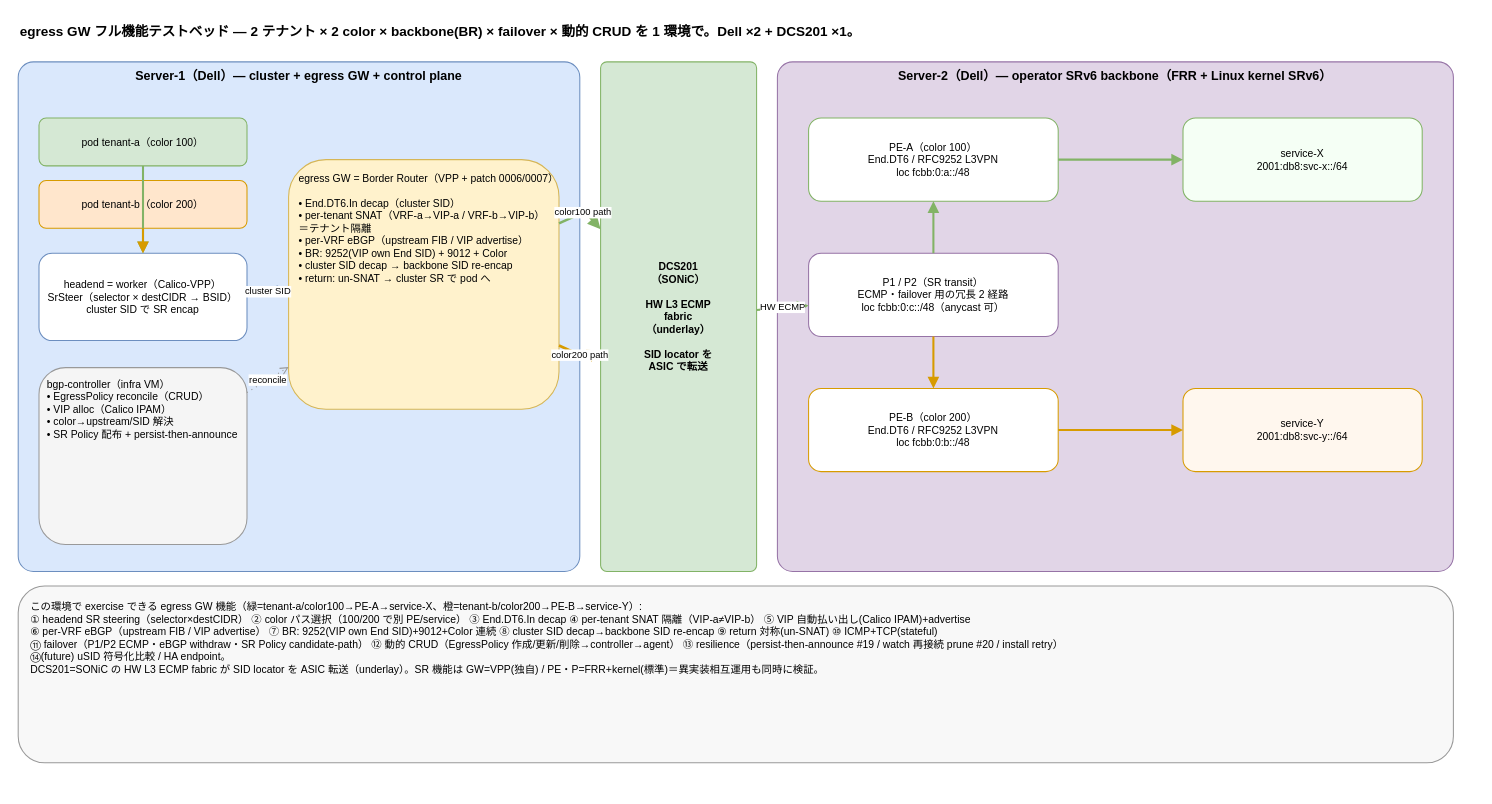
ryskn/vpp-dataplane keeps this draw.io diagram as srv6egress/docs/full-feature-testbed.drawio. Above is the earlier version. Source tidied: cells renumbered, new cells numbered last; positions are measured from the earlier drawing's top-left corner, leaving out a move shared by most shapes. Both pictures are drawn from the tidied source at 104%, with x=0, y=0 at pixel (18, 18).
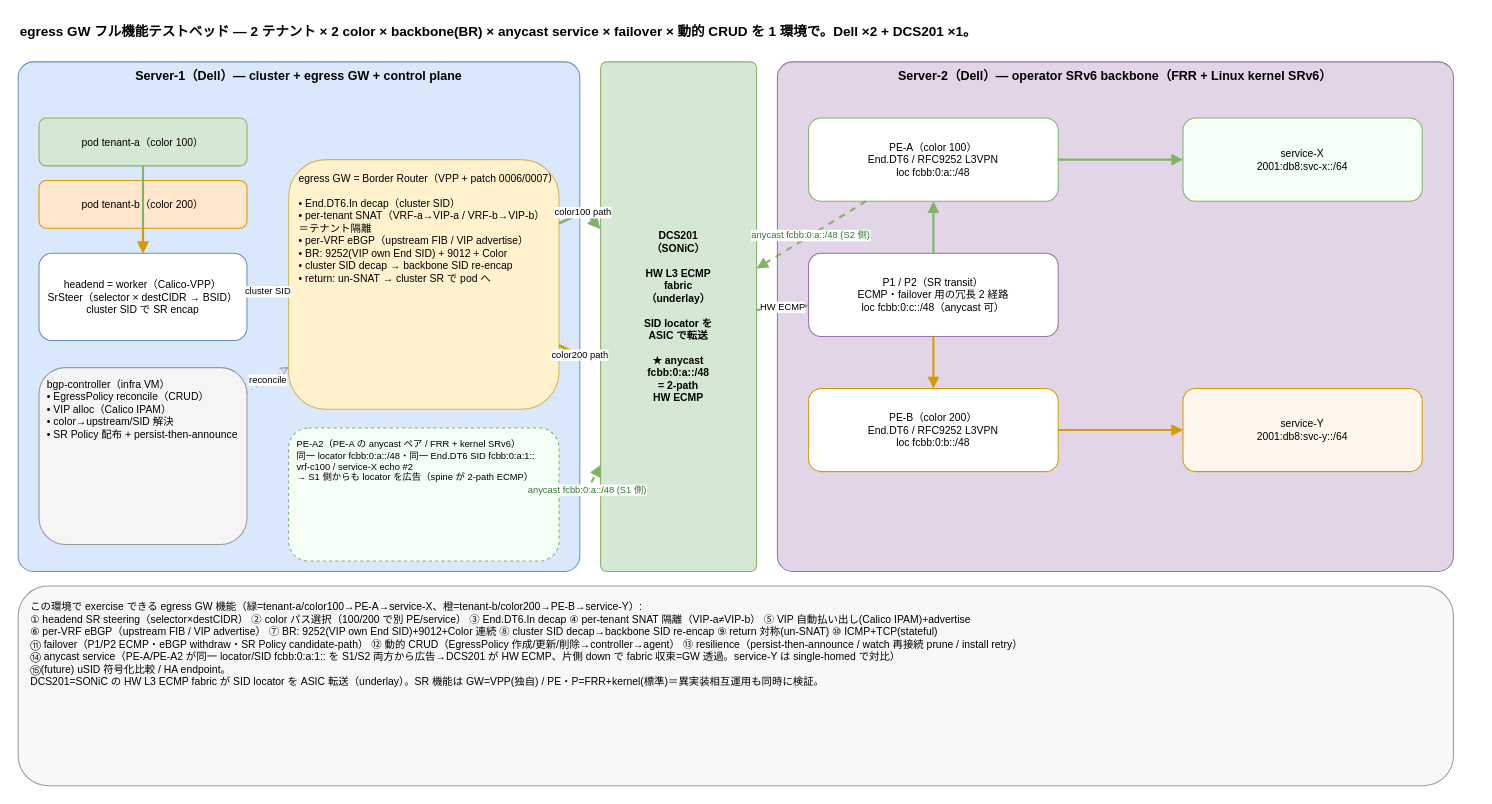
After the change.

Commit message (it also covers changes not shown here):
docs(srv6egress): add full-feature testbed runbook + anycast service-X

The change refers to these unchanged cells:
```xml
<mxCell id="11" value="PE-A（color 100）&#10;End.DT6 / RFC9252 L3VPN&#10;loc fcbb:0:a::/48" style="rounded=1;whiteSpace=wrap;html=1;fillColor=#ffffff;strokeColor=#82b366;align=center;verticalAlign=middle;fontSize=10;" parent="1" vertex="1">
  <mxGeometry x="760" y="96" width="240" height="80" as="geometry" />
</mxCell>
```

Change to the diagram source:
```diff
@@
-    <mxCell id="2" value="egress GW フル機能テストベッド — 2 テナント × 2 color × backbone(BR) × failover × 動的 CRUD を 1 環境で。Dell ×2 + DCS201 ×1。" style="text;html=1;align=left;verticalAlign=middle;fontSize=13;fontStyle=1;" parent="1" vertex="1">
+    <mxCell id="2" value="egress GW フル機能テストベッド — 2 テナント × 2 color × backbone(BR) × anycast service × failover × 動的 CRUD を 1 環境で。Dell ×2 + DCS201 ×1。" style="text;html=1;align=left;verticalAlign=middle;fontSize=13;fontStyle=1;" parent="1" vertex="1">
       <mxGeometry width="1400" height="26" as="geometry" />
     </mxCell>
@@
+    <mxCell id="28" value="PE-A2（PE-A の anycast ペア / FRR + kernel SRv6）&#10;同一 locator fcbb:0:a::/48・同一 End.DT6 SID fcbb:0:a:1::&#10;vrf-c100 / service-X echo #2&#10;→ S1 側からも locator を広告（spine が 2-path ECMP）" style="rounded=1;whiteSpace=wrap;html=1;fillColor=#f5fff5;strokeColor=#82b366;align=left;verticalAlign=top;fontSize=9;spacingLeft=6;spacingTop=4;dashed=1;" parent="1" vertex="1">
+      <mxGeometry x="260" y="394" width="260" height="128" as="geometry" />
+    </mxCell>
-    <mxCell id="9" value="DCS201&#10;（SONiC）&#10;&#10;HW L3 ECMP&#10;fabric&#10;（underlay）&#10;&#10;SID locator を&#10;ASIC で転送" style="rounded=1;whiteSpace=wrap;html=1;fillColor=#d5e8d4;strokeColor=#82b366;verticalAlign=middle;align=center;fontStyle=1;fontSize=10;arcSize=4;" parent="1" vertex="1">
+    <mxCell id="9" value="DCS201&#10;（SONiC）&#10;&#10;HW L3 ECMP&#10;fabric&#10;（underlay）&#10;&#10;SID locator を&#10;ASIC で転送&#10;&#10;★ anycast&#10;fcbb:0:a::/48&#10;= 2-path&#10;HW ECMP" style="rounded=1;whiteSpace=wrap;html=1;fillColor=#d5e8d4;strokeColor=#82b366;verticalAlign=middle;align=center;fontStyle=1;fontSize=10;arcSize=4;" parent="1" vertex="1">
       <mxGeometry x="560" y="42" width="150" height="490" as="geometry" />
     </mxCell>
@@
+    <mxCell id="29" value="anycast fcbb:0:a::/48 (S2 側)" style="endArrow=block;html=1;dashed=1;strokeColor=#82b366;strokeWidth=2;fontSize=9;fontColor=#2d7a2d;" parent="1" edge="1" source="11" target="9">
+      <mxGeometry relative="1" as="geometry" />
+    </mxCell>
+    <mxCell id="30" value="anycast fcbb:0:a::/48 (S1 側)" style="endArrow=block;html=1;dashed=1;strokeColor=#82b366;strokeWidth=2;fontSize=9;fontColor=#2d7a2d;" parent="1" edge="1" source="28" target="9">
+      <mxGeometry relative="1" as="geometry">
+        <Array as="points">
+          <mxPoint x="545" y="458" />
+        </Array>
+      </mxGeometry>
+    </mxCell>
-    <mxCell id="27" value="この環境で exercise できる egress GW 機能（緑=tenant-a/color100→PE-A→service-X、橙=tenant-b/color200→PE-B→service-Y）:&#10;① headend SR steering（selector×destCIDR）  ② color パス選択（100/200 で別 PE/service）  ③ End.DT6.In decap  ④ per-tenant SNAT 隔離（VIP-a≠VIP-b）  ⑤ VIP 自動払い出し(Calico IPAM)+advertise&#10;⑥ per-VRF eBGP（upstream FIB / VIP advertise）  ⑦ BR: 9252(VIP own End SID)+9012+Color 連続  ⑧ cluster SID decap→backbone SID re-encap  ⑨ return 対称(un-SNAT)  ⑩ ICMP+TCP(stateful)&#10;⑪ failover（P1/P2 ECMP・eBGP withdraw・SR Policy candidate-path）  ⑫ 動的 CRUD（EgressPolicy 作成/更新/削除→controller→agent）  ⑬ resilience（persist-then-announce #19 / watch 再接続 prune #20 / install retry）&#10;⑭(future) uSID 符号化比較 / HA endpoint。&#10;DCS201=SONiC の HW L3 ECMP fabric が SID locator を ASIC 転送（underlay）。SR 機能は GW=VPP(独自) / PE・P=FRR+kernel(標準)＝異実装相互運用も同時に検証。" style="rounded=1;whiteSpace=wrap;html=1;fillColor=#f8f8f8;strokeColor=#999999;align=left;verticalAlign=top;fontSize=10;spacingLeft=10;spacingTop=8;" parent="1" vertex="1">
-      <mxGeometry y="546" width="1380" height="170" as="geometry" />
+    <mxCell id="27" value="この環境で exercise できる egress GW 機能（緑=tenant-a/color100→PE-A→service-X、橙=tenant-b/color200→PE-B→service-Y）:&#10;① headend SR steering（selector×destCIDR）  ② color パス選択（100/200 で別 PE/service）  ③ End.DT6.In decap  ④ per-tenant SNAT 隔離（VIP-a≠VIP-b）  ⑤ VIP 自動払い出し(Calico IPAM)+advertise&#10;⑥ per-VRF eBGP（upstream FIB / VIP advertise）  ⑦ BR: 9252(VIP own End SID)+9012+Color 連続  ⑧ cluster SID decap→backbone SID re-encap  ⑨ return 対称(un-SNAT)  ⑩ ICMP+TCP(stateful)&#10;⑪ failover（P1/P2 ECMP・eBGP withdraw・SR Policy candidate-path）  ⑫ 動的 CRUD（EgressPolicy 作成/更新/削除→controller→agent）  ⑬ resilience（persist-then-announce / watch 再接続 prune / install retry）&#10;⑭ anycast service（PE-A/PE-A2 が同一 locator/SID fcbb:0:a:1:: を S1/S2 両方から広告→DCS201 が HW ECMP、片側 down で fabric 収束=GW 透過。service-Y は single-homed で対比）&#10;⑮(future) uSID 符号化比較 / HA endpoint。&#10;DCS201=SONiC の HW L3 ECMP fabric が SID locator を ASIC 転送（underlay）。SR 機能は GW=VPP(独自) / PE・P=FRR+kernel(標準)＝異実装相互運用も同時に検証。" style="rounded=1;whiteSpace=wrap;html=1;fillColor=#f8f8f8;strokeColor=#999999;align=left;verticalAlign=top;fontSize=10;spacingLeft=10;spacingTop=8;" parent="1" vertex="1">
+      <mxGeometry y="546" width="1380" height="192" as="geometry" />
     </mxCell>
```
